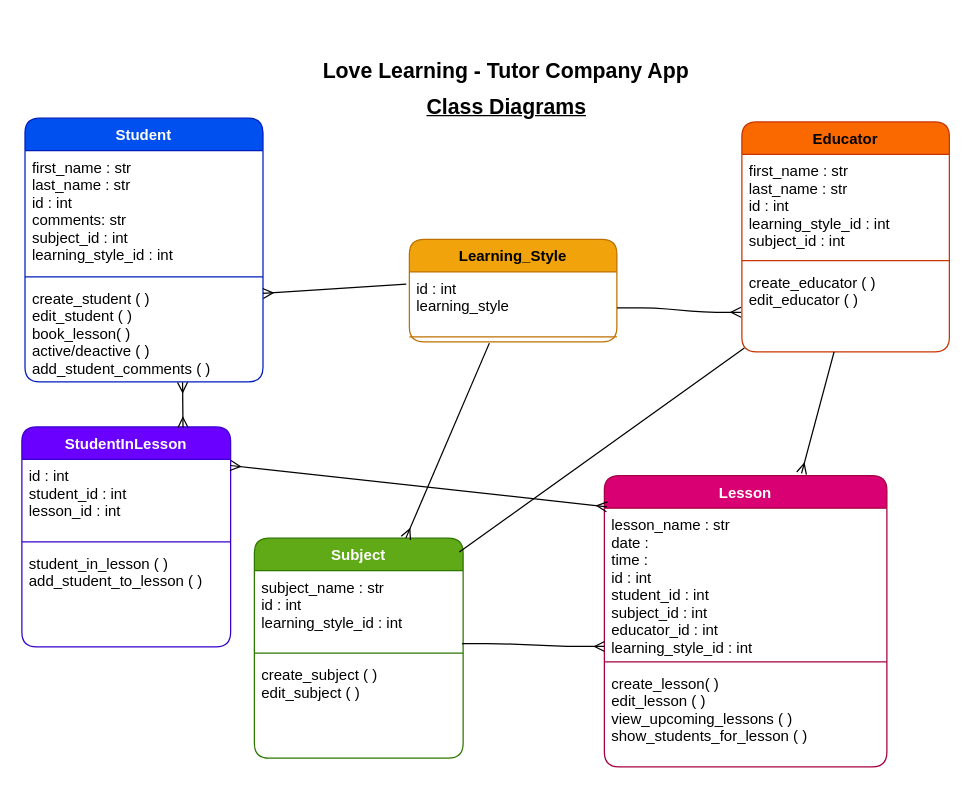
Earlier version of the draw.io diagram Planning/class_diagrams.drawio (SdcBartram/LoveLearning_Tutor_Company_Project). Source tidied: cells renumbered, new cells numbered last; positions are measured from the earlier drawing's top-left corner, leaving out a move shared by most shapes. Both pictures are drawn from the tidied source at 125%, with x=0, y=0 at pixel (21, 21).
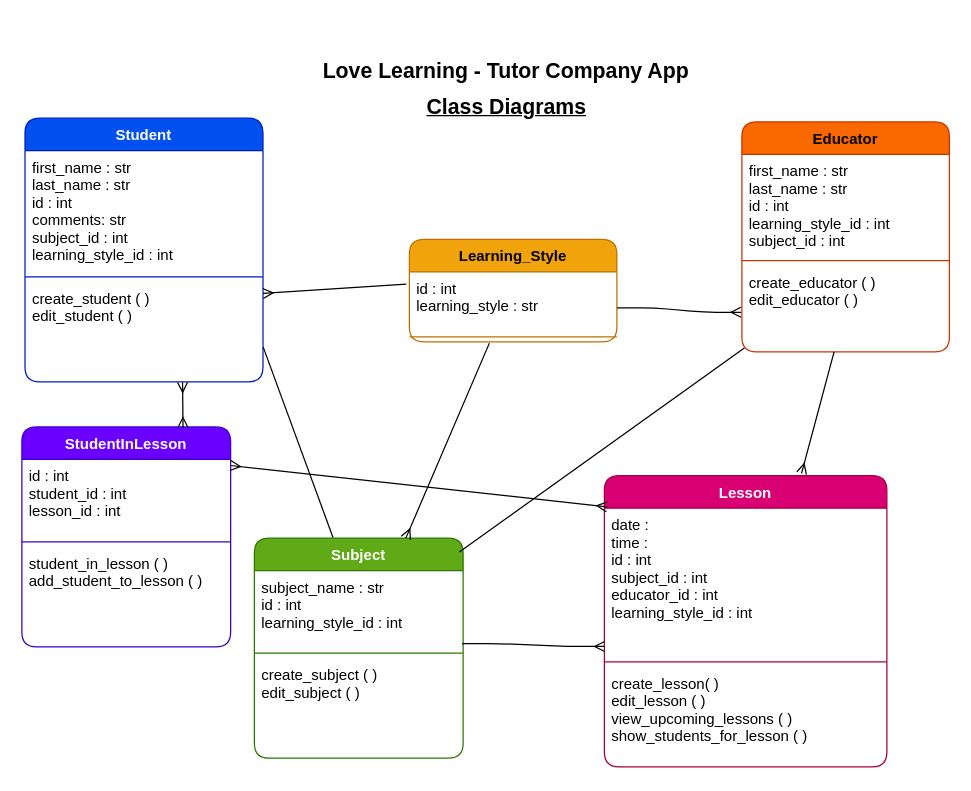
The same page after the edit.

Unchanged cells that the change refers to:
```xml
<mxCell id="2" value="Student" style="swimlane;fontStyle=1;align=center;verticalAlign=top;horizontal=1;startSize=26;rounded=1;fontColor=#ffffff;fillColor=#0050ef;strokeColor=#001DBC;" parent="1" vertex="1">
  <mxGeometry x="2.5" y="77" width="190.4" height="211" as="geometry" />
</mxCell>
<mxCell id="8" value="Subject" style="swimlane;fontStyle=1;align=center;verticalAlign=top;horizontal=1;startSize=26;rounded=1;fontColor=#ffffff;fillColor=#60a917;strokeColor=#2D7600;" parent="1" vertex="1">
  <mxGeometry x="186" y="413" width="167" height="176" as="geometry" />
</mxCell>
<mxCell id="16" value="Lesson" style="swimlane;fontStyle=1;align=center;verticalAlign=top;horizontal=1;startSize=26;rounded=1;fontColor=#ffffff;fillColor=#d80073;strokeColor=#A50040;" parent="1" vertex="1">
  <mxGeometry x="466" y="363" width="226" height="233" as="geometry" />
</mxCell>
<mxCell id="21" value="Learning_Style" style="swimlane;fontStyle=1;align=center;verticalAlign=top;horizontal=1;startSize=26;rounded=1;fillColor=#f0a30a;strokeColor=#BD7000;fontColor=#000000;" parent="1" vertex="1">
  <mxGeometry x="310" y="174" width="166" height="82" as="geometry" />
</mxCell>
```

Diff of the diagram source:
```diff
@@
-    <mxCell id="5" value="create_student ( )&#10;edit_student ( )&#10;book_lesson( )&#10;active/deactive ( )&#10;add_student_comments ( )&#10;" style="text;strokeColor=none;fillColor=none;align=left;verticalAlign=top;spacingLeft=4;spacingRight=4;overflow=hidden;points=[[0,0.5],[1,0.5]];portConstraint=eastwest;rounded=1;fontColor=#000000;" parent="2" vertex="1">
+    <mxCell id="5" value="create_student ( )&#10;edit_student ( )" style="text;strokeColor=none;fillColor=none;align=left;verticalAlign=top;spacingLeft=4;spacingRight=4;overflow=hidden;points=[[0,0.5],[1,0.5]];portConstraint=eastwest;rounded=1;fontColor=#000000;" parent="2" vertex="1">
       <mxGeometry y="131" width="190.4" height="80" as="geometry" />
     </mxCell>
@@
-    <mxCell id="17" value="lesson_name : str&#10;date : &#10;time : &#10;id : int&#10;student_id : int&#10;subject_id : int&#10;educator_id : int&#10;learning_style_id : int&#10;" style="text;strokeColor=none;fillColor=none;align=left;verticalAlign=top;spacingLeft=4;spacingRight=4;overflow=hidden;points=[[0,0.5],[1,0.5]];portConstraint=eastwest;rounded=1;fontColor=#000000;" parent="16" vertex="1">
+    <mxCell id="17" value="date : &#10;time : &#10;id : int&#10;subject_id : int&#10;educator_id : int&#10;learning_style_id : int&#10;" style="text;strokeColor=none;fillColor=none;align=left;verticalAlign=top;spacingLeft=4;spacingRight=4;overflow=hidden;points=[[0,0.5],[1,0.5]];portConstraint=eastwest;rounded=1;fontColor=#000000;" parent="16" vertex="1">
       <mxGeometry y="26" width="226" height="119" as="geometry" />
     </mxCell>
@@
-    <mxCell id="22" value="id : int&#10;learning_style" style="text;strokeColor=none;fillColor=none;align=left;verticalAlign=top;spacingLeft=4;spacingRight=4;overflow=hidden;points=[[0,0.5],[1,0.5]];portConstraint=eastwest;rounded=1;fontColor=#000000;" parent="21" vertex="1">
+    <mxCell id="22" value="id : int&#10;learning_style : str" style="text;strokeColor=none;fillColor=none;align=left;verticalAlign=top;spacingLeft=4;spacingRight=4;overflow=hidden;points=[[0,0.5],[1,0.5]];portConstraint=eastwest;rounded=1;fontColor=#000000;" parent="21" vertex="1">
       <mxGeometry y="26" width="166" height="48" as="geometry" />
     </mxCell>
@@
+    <mxCell id="35" style="edgeStyle=none;html=1;endArrow=none;endFill=0;entryX=0.377;entryY=-0.002;entryDx=0;entryDy=0;entryPerimeter=0;strokeColor=#050505;" parent="1" edge="1" target="8">
+      <mxGeometry relative="1" as="geometry">
+        <mxPoint x="193" y="260" as="sourcePoint" />
+      </mxGeometry>
+    </mxCell>
```
